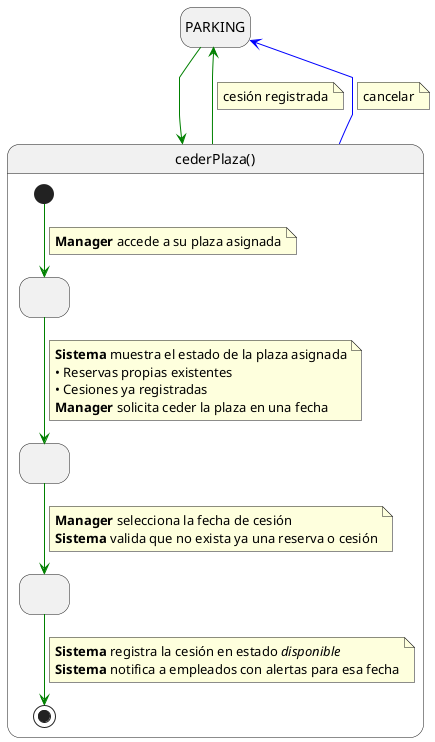
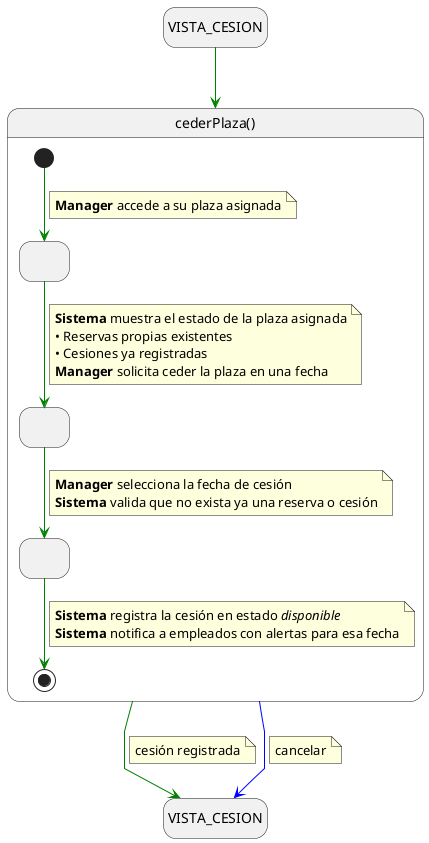
@startuml cuCederPlaza

skinparam linetype polyline
hide empty description

- state "PARKING" as Parking
+ state "VISTA_CESION" as VistaCesionInicio
+ state "VISTA_CESION" as VistaCesionFin

- Parking -[#green]-> cederPlaza
+ VistaCesionInicio -[#green]-> cederPlaza

state cederPlaza as "cederPlaza()" {
  state " " as VisualizandoPlaza
  state " " as SeleccionandoFecha
  state " " as CesionRegistrada

  [*] -[#green]-> VisualizandoPlaza
  note on link
    <b>Manager</b> accede a su plaza asignada
  end note

  VisualizandoPlaza -[#green]-> SeleccionandoFecha
  note on link
    <b>Sistema</b> muestra el estado de la plaza asignada
    • Reservas propias existentes
    • Cesiones ya registradas
    <b>Manager</b> solicita ceder la plaza en una fecha
  end note

  SeleccionandoFecha -[#green]-> CesionRegistrada
  note on link
    <b>Manager</b> selecciona la fecha de cesión
    <b>Sistema</b> valida que no exista ya una reserva o cesión
  end note

  CesionRegistrada -[#green]-> [*]
  note on link
    <b>Sistema</b> registra la cesión en estado //disponible//
    <b>Sistema</b> notifica a empleados con alertas para esa fecha
  end note
}

- cederPlaza -[#green]-> Parking
+ cederPlaza -[#green]-> VistaCesionFin
note on link
  cesión registrada
end note

- cederPlaza -[#blue]-> Parking
+ cederPlaza -[#blue]-> VistaCesionFin
note on link
  cancelar
end note

@enduml
